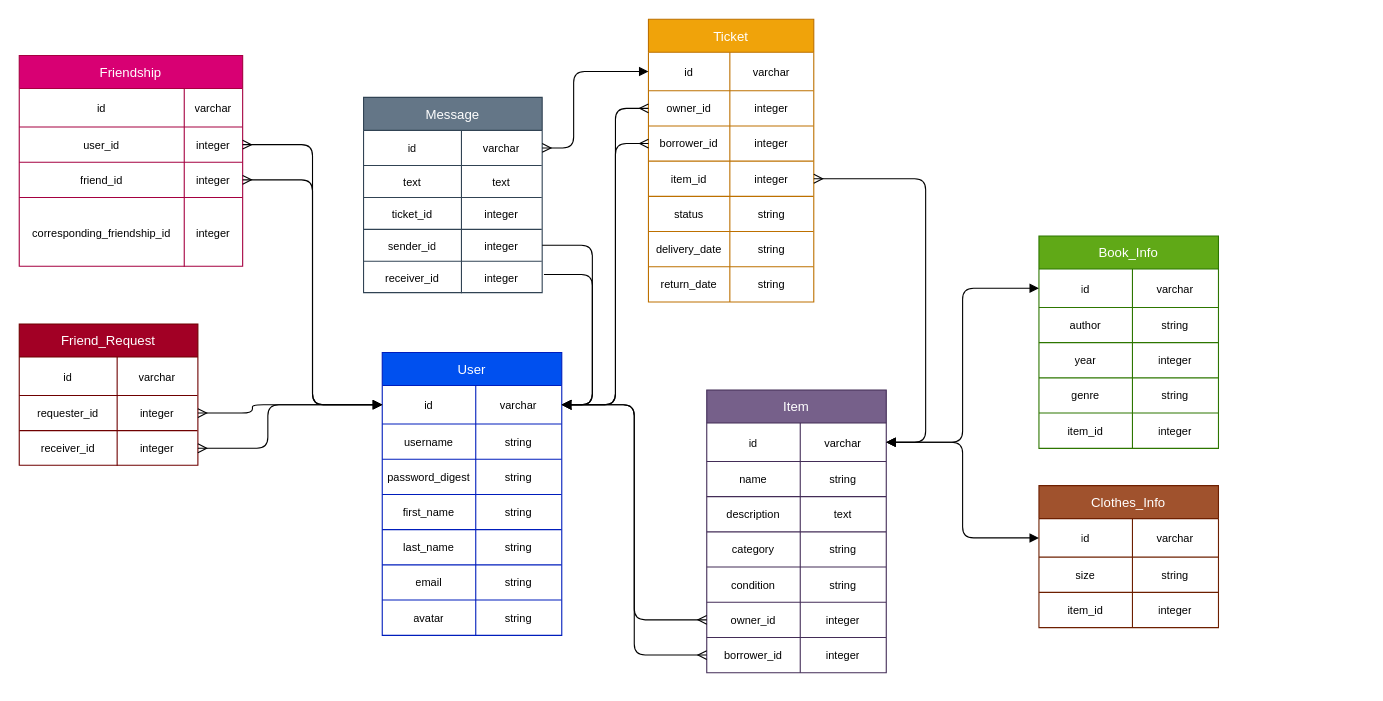
Above: project-planning/backend/assocations_no_notes.drawio in jefftmarks/lemme-borrow (draw.io), before the change. Source tidied: cells renumbered, new cells numbered last; positions are measured from the earlier drawing's top-left corner, leaving out a move shared by most shapes. Both pictures are drawn from the tidied source at 110%, with x=0, y=0 at pixel (19, 19).
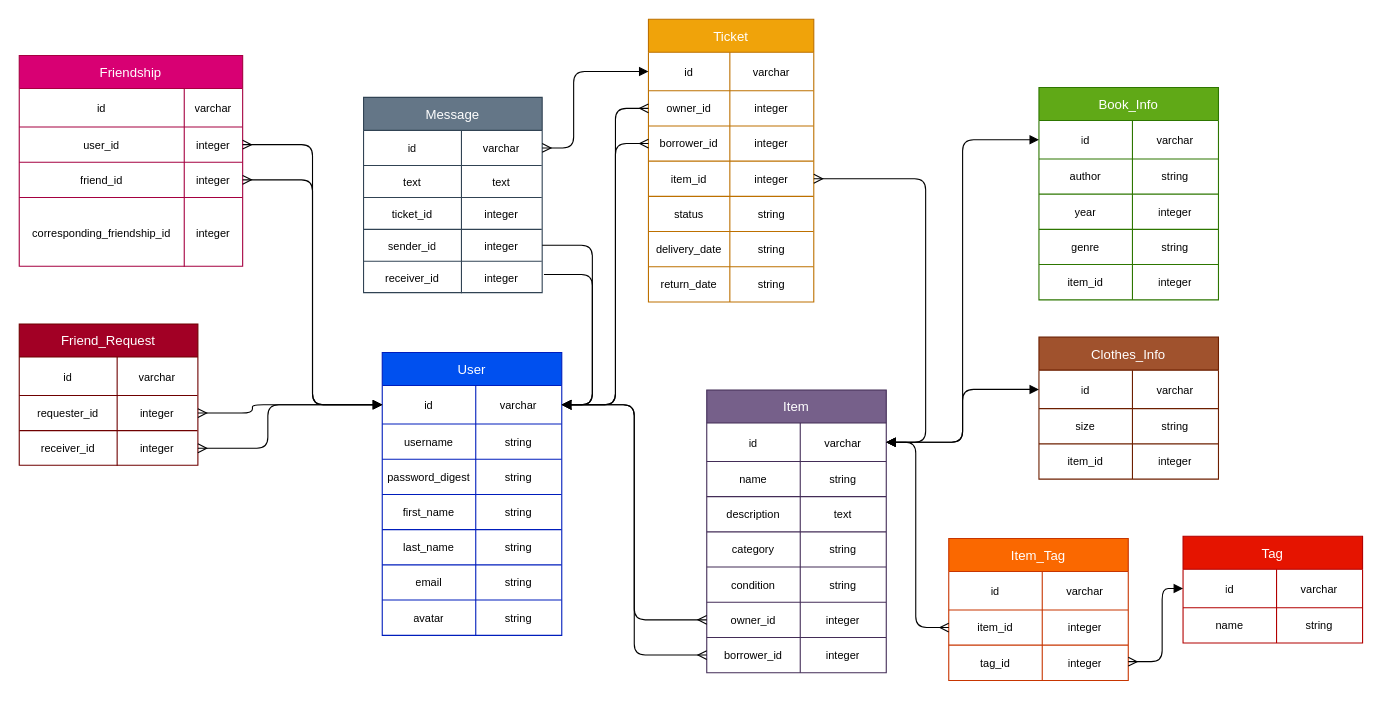
Above is the later version.

Unchanged cells that the change refers to:
```xml
<mxCell id="52" style="shape=partialRectangle;fillColor=none;top=0;left=0;bottom=0;right=0;points=[[0,0.5],[1,0.5]];portConstraint=eastwest;" parent="51" vertex="1">
  <mxGeometry y="30" width="163.2" height="35" as="geometry" />
</mxCell>
```

Diff of the diagram source:
```diff
@@
     <mxCell id="75" value="Book_Info" style="shape=table;startSize=30;childLayout=tableLayout;strokeWidth=1;strokeColor=#2D7600;fillColor=#60a917;fontColor=#ffffff;" parent="1" vertex="1">
-      <mxGeometry x="927" y="197" width="163.2" height="193.1" as="geometry" />
+      <mxGeometry x="927" y="62" width="163.2" height="193.1" as="geometry" />
     </mxCell>
@@
     <mxCell id="91" value="Clothes_Info" style="shape=table;startSize=30;childLayout=tableLayout;strokeWidth=1;strokeColor=#6D1F00;fillColor=#a0522d;fontColor=#ffffff;" parent="1" vertex="1">
-      <mxGeometry x="927" y="424" width="163.2" height="129.1" as="geometry" />
+      <mxGeometry x="927" y="289" width="163.2" height="129.1" as="geometry" />
     </mxCell>
@@
+    <mxCell id="147" value="Item_Tag" style="shape=table;startSize=30;childLayout=tableLayout;strokeWidth=1;strokeColor=#C73500;fillColor=#fa6800;fontColor=#FFFFFF;" parent="1" vertex="1">
+      <mxGeometry x="845" y="472" width="163.2" height="129.1" as="geometry" />
+    </mxCell>
+    <mxCell id="148" style="shape=partialRectangle;fillColor=none;top=0;left=0;bottom=0;right=0;" parent="147" vertex="1">
+      <mxGeometry y="30" width="163.2" height="35" as="geometry" />
+    </mxCell>
+    <mxCell id="149" value="id" style="shape=partialRectangle;html=1;whiteSpace=wrap;overflow=hidden;fillColor=none;top=0;left=0;bottom=0;right=0;fontColor=#000000;fontSize=10;" parent="148" vertex="1">
+      <mxGeometry width="85" height="35" as="geometry" />
+    </mxCell>
+    <mxCell id="150" value="varchar" style="shape=partialRectangle;html=1;whiteSpace=wrap;overflow=hidden;fillColor=none;top=0;left=0;bottom=0;right=0;fontColor=#000000;fontSize=10;" parent="148" vertex="1">
+      <mxGeometry x="85" width="78" height="35" as="geometry" />
+    </mxCell>
+    <mxCell id="151" style="shape=partialRectangle;fillColor=none;top=0;left=0;bottom=0;right=0;points=[[0,0.5],[1,0.5]];portConstraint=eastwest;" parent="147" vertex="1">
+      <mxGeometry y="65" width="163.2" height="32" as="geometry" />
+    </mxCell>
+    <mxCell id="152" value="item_id" style="shape=partialRectangle;html=1;whiteSpace=wrap;overflow=hidden;fillColor=none;top=0;left=0;bottom=0;right=0;fontSize=10;fontColor=#000000;" parent="151" vertex="1">
+      <mxGeometry width="85" height="32" as="geometry" />
+    </mxCell>
+    <mxCell id="153" value="integer" style="shape=partialRectangle;html=1;whiteSpace=wrap;overflow=hidden;fillColor=none;top=0;left=0;bottom=0;right=0;fontSize=10;fontColor=#000000;" parent="151" vertex="1">
+      <mxGeometry x="85" width="78" height="32" as="geometry" />
+    </mxCell>
+    <mxCell id="154" style="shape=partialRectangle;fillColor=none;top=0;left=0;bottom=0;right=0;" parent="147" vertex="1">
+      <mxGeometry y="97" width="163.2" height="32" as="geometry" />
+    </mxCell>
+    <mxCell id="155" value="tag_id" style="shape=partialRectangle;html=1;whiteSpace=wrap;overflow=hidden;fillColor=none;top=0;left=0;bottom=0;right=0;fontSize=10;fontColor=#000000;" parent="154" vertex="1">
+      <mxGeometry width="85" height="32" as="geometry" />
+    </mxCell>
+    <mxCell id="156" value="integer" style="shape=partialRectangle;html=1;whiteSpace=wrap;overflow=hidden;fillColor=none;top=0;left=0;bottom=0;right=0;fontSize=10;fontColor=#000000;" parent="154" vertex="1">
+      <mxGeometry x="85" width="78" height="32" as="geometry" />
+    </mxCell>
+    <mxCell id="157" value="Tag" style="shape=table;startSize=30;childLayout=tableLayout;strokeWidth=1;strokeColor=#B20000;fillColor=#e51400;fontColor=#ffffff;" parent="1" vertex="1">
+      <mxGeometry x="1058" y="470" width="163.2" height="97.1" as="geometry" />
+    </mxCell>
+    <mxCell id="158" style="shape=partialRectangle;fillColor=none;top=0;left=0;bottom=0;right=0;points=[[0,0.5],[1,0.5]];portConstraint=eastwest;" parent="157" vertex="1">
+      <mxGeometry y="30" width="163.2" height="35" as="geometry" />
+    </mxCell>
+    <mxCell id="159" value="id" style="shape=partialRectangle;html=1;whiteSpace=wrap;overflow=hidden;fillColor=none;top=0;left=0;bottom=0;right=0;fontColor=#000000;fontSize=10;" parent="158" vertex="1">
+      <mxGeometry width="85" height="35" as="geometry" />
+    </mxCell>
+    <mxCell id="160" value="varchar" style="shape=partialRectangle;html=1;whiteSpace=wrap;overflow=hidden;fillColor=none;top=0;left=0;bottom=0;right=0;fontColor=#000000;fontSize=10;strokeColor=#000000;" parent="158" vertex="1">
+      <mxGeometry x="85" width="78" height="35" as="geometry" />
+    </mxCell>
+    <mxCell id="161" style="shape=partialRectangle;fillColor=none;top=0;left=0;bottom=0;right=0;" parent="157" vertex="1">
+      <mxGeometry y="65" width="163.2" height="32" as="geometry" />
+    </mxCell>
+    <mxCell id="162" value="name" style="shape=partialRectangle;html=1;whiteSpace=wrap;overflow=hidden;fillColor=none;top=0;left=0;bottom=0;right=0;fontSize=10;fontColor=#000000;" parent="161" vertex="1">
+      <mxGeometry width="85" height="32" as="geometry" />
+    </mxCell>
+    <mxCell id="163" value="string" style="shape=partialRectangle;html=1;whiteSpace=wrap;overflow=hidden;fillColor=none;top=0;left=0;bottom=0;right=0;fontSize=10;fontColor=#000000;" parent="161" vertex="1">
+      <mxGeometry x="85" width="78" height="32" as="geometry" />
+    </mxCell>
+    <mxCell id="164" style="edgeStyle=orthogonalEdgeStyle;html=1;exitX=1;exitY=0.5;exitDx=0;exitDy=0;startArrow=ERmany;startFill=0;endArrow=block;endFill=1;strokeColor=#000000;entryX=0;entryY=0.5;entryDx=0;entryDy=0;" parent="1" edge="1" target="158">
+      <mxGeometry relative="1" as="geometry">
+        <mxPoint x="1008.2" y="584" as="sourcePoint" />
+        <Array as="points">
+          <mxPoint x="1039" y="584" />
+          <mxPoint x="1039" y="518" />
+        </Array>
+      </mxGeometry>
+    </mxCell>
+    <mxCell id="165" style="edgeStyle=orthogonalEdgeStyle;html=1;exitX=0;exitY=0.5;exitDx=0;exitDy=0;startArrow=ERmany;startFill=0;endArrow=block;endFill=1;strokeColor=#000000;entryX=1;entryY=0.5;entryDx=0;entryDy=0;" parent="1" edge="1" source="151" target="52">
+      <mxGeometry relative="1" as="geometry">
+        <Array as="points">
+          <mxPoint x="815" y="553" />
+          <mxPoint x="815" y="385" />
+        </Array>
+      </mxGeometry>
+    </mxCell>
```
